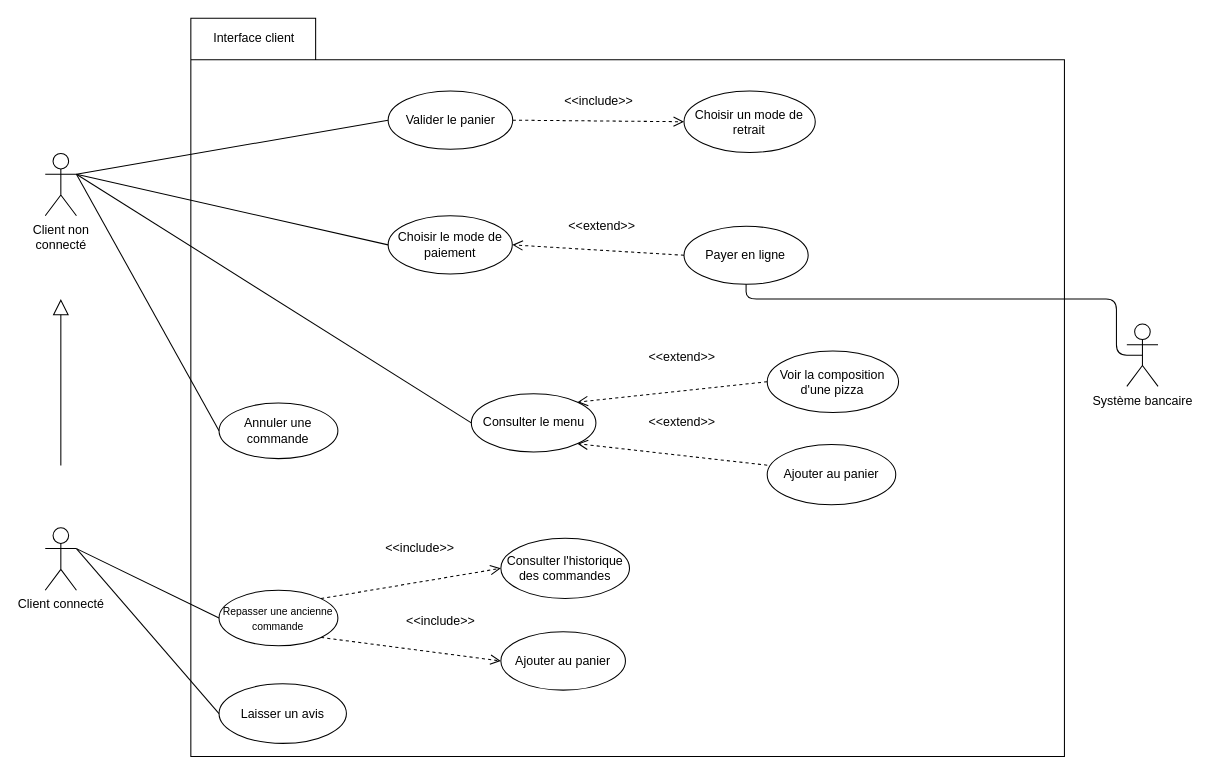
Before: Interface client.drawio in damien-devpy/OC-P4, a draw.io diagram. Source tidied: cells renumbered, new cells numbered last; positions are measured from the earlier drawing's top-left corner, leaving out a move shared by most shapes. Both pictures are drawn from the tidied source at 104%, with x=0, y=0 at pixel (45, 18).
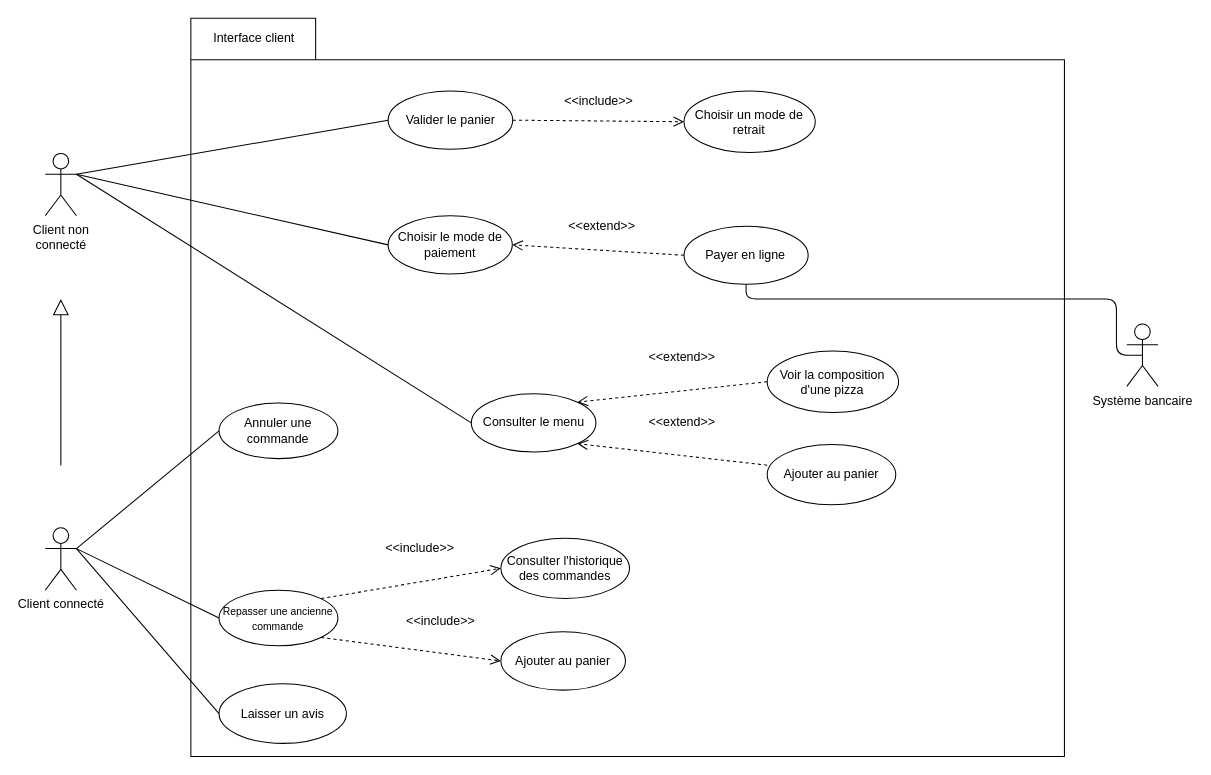
After the change.

Unchanged cells that the change refers to:
```xml
<mxCell id="9" value="Annuler une commande" style="ellipse;whiteSpace=wrap;html=1;fillColor=none;" parent="2" vertex="1">
  <mxGeometry x="27.1" y="370" width="114.3" height="53.5" as="geometry" />
</mxCell>
<mxCell id="33" value="Client non &lt;br&gt;connecté" style="shape=umlActor;verticalLabelPosition=bottom;labelBackgroundColor=#ffffff;verticalAlign=top;html=1;outlineConnect=0;fillColor=none;" parent="1" vertex="1">
  <mxGeometry y="130" width="30" height="60" as="geometry" />
</mxCell>
<mxCell id="34" value="&lt;div&gt;Client connecté&lt;/div&gt;" style="shape=umlActor;verticalLabelPosition=bottom;labelBackgroundColor=#ffffff;verticalAlign=top;html=1;outlineConnect=0;fillColor=none;" parent="1" vertex="1">
  <mxGeometry y="490" width="30" height="60" as="geometry" />
</mxCell>
```

Change to the diagram source:
```diff
@@
-    <mxCell id="37" style="endArrow=none;html=1;entryX=0;entryY=0.5;entryDx=0;entryDy=0;exitX=1;exitY=0.3333333333333333;exitDx=0;exitDy=0;exitPerimeter=0;" parent="1" edge="1" source="33" target="9">
+    <mxCell id="37" style="endArrow=none;html=1;entryX=0;entryY=0.5;entryDx=0;entryDy=0;exitX=1;exitY=0.3333333333333333;exitDx=0;exitDy=0;exitPerimeter=0;" parent="1" edge="1" source="34" target="9">
       <mxGeometry relative="1" as="geometry" />
     </mxCell>
```
